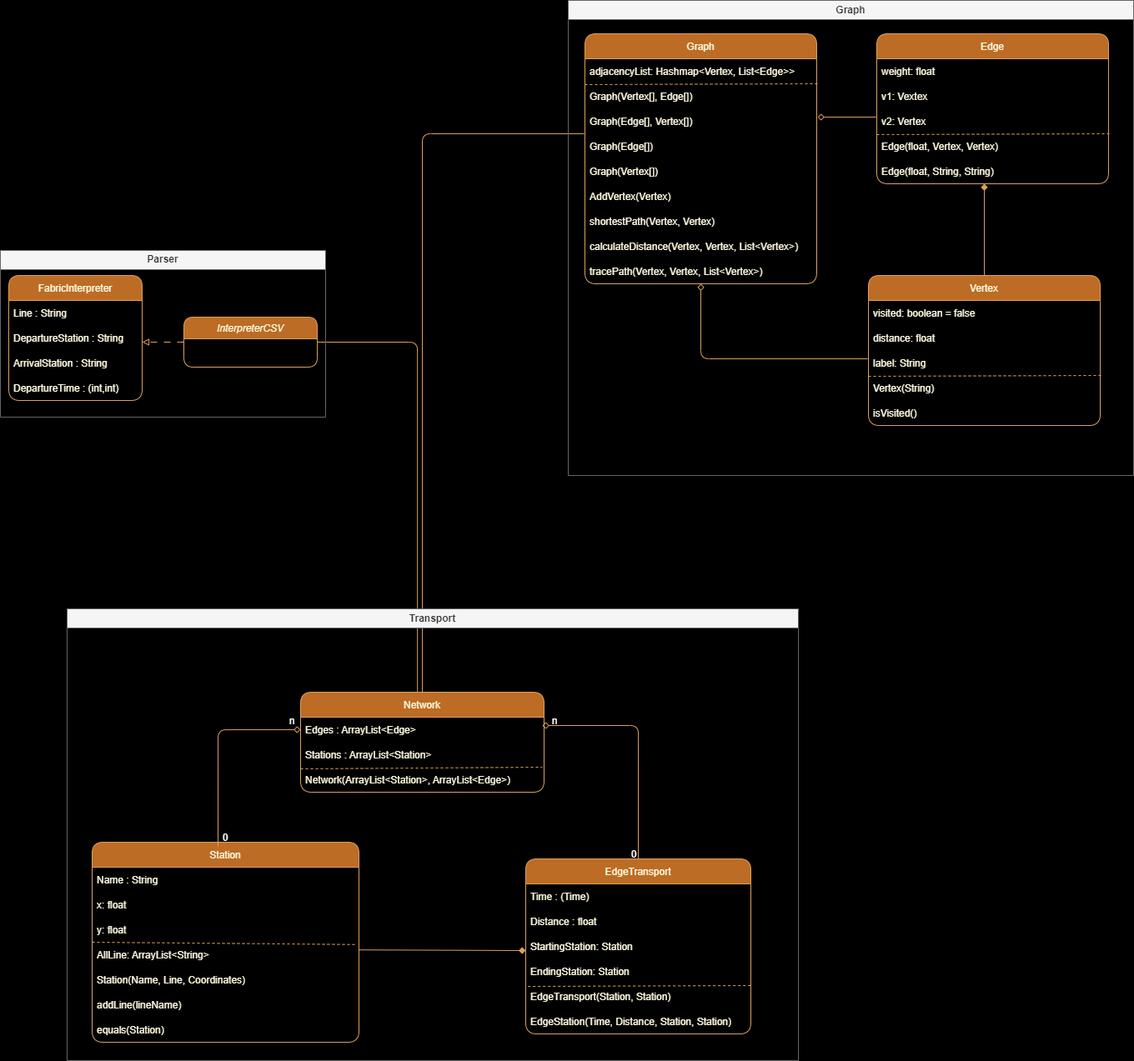
Earlier version of the draw.io export Documentation/UML_Diagram_Hubert_Map.png (wehddn/M1-GenieLogicielAvance-Projet). Source tidied: cells renumbered, new cells last; positions are measured from the earlier drawing's top-left corner, leaving out a move shared by most shapes.
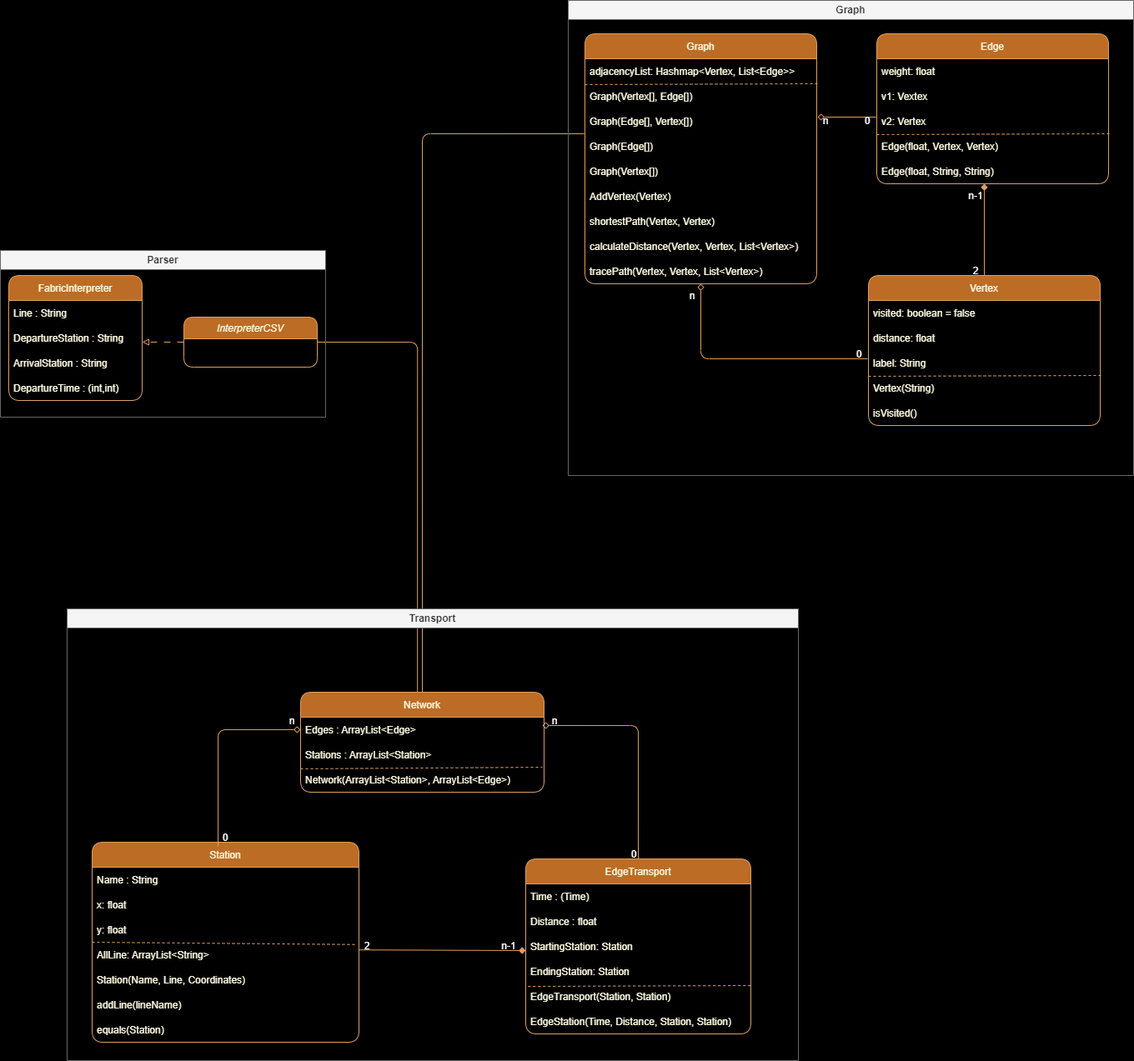
Above is the later version.

The edit, as a diff of the source:
```diff
@@ -150,24 +150,24 @@
         <mxPoint x="299" y="140" as="targetPoint" />
       </mxGeometry>
     </mxCell>
-    <mxCell id="41" value="n" style="text;html=1;strokeColor=none;fillColor=none;align=center;verticalAlign=middle;whiteSpace=wrap;rounded=0;" parent="12" vertex="1">
-      <mxGeometry x="139" y="340" width="21" height="20" as="geometry" />
-    </mxCell>
-    <mxCell id="42" value="0" style="text;html=1;strokeColor=none;fillColor=none;align=center;verticalAlign=middle;whiteSpace=wrap;rounded=0;" parent="12" vertex="1">
-      <mxGeometry x="339" y="430" width="21" height="20" as="geometry" />
-    </mxCell>
-    <mxCell id="43" value="0" style="text;html=1;strokeColor=none;fillColor=none;align=center;verticalAlign=middle;whiteSpace=wrap;rounded=0;" parent="12" vertex="1">
-      <mxGeometry x="349" y="140" width="21" height="20" as="geometry" />
-    </mxCell>
-    <mxCell id="44" value="n" style="text;html=1;strokeColor=none;fillColor=none;align=center;verticalAlign=middle;whiteSpace=wrap;rounded=0;" parent="12" vertex="1">
-      <mxGeometry x="299" y="140" width="21" height="20" as="geometry" />
-    </mxCell>
-    <mxCell id="45" value="2" style="text;html=1;strokeColor=none;fillColor=none;align=center;verticalAlign=middle;whiteSpace=wrap;rounded=0;" parent="12" vertex="1">
-      <mxGeometry x="479" y="310" width="21" height="20" as="geometry" />
-    </mxCell>
-    <mxCell id="46" value="n-1" style="text;html=1;strokeColor=none;fillColor=none;align=center;verticalAlign=middle;whiteSpace=wrap;rounded=0;" parent="12" vertex="1">
-      <mxGeometry x="479" y="220" width="21" height="20" as="geometry" />
-    </mxCell>
+    <mxCell id="79" value="&lt;font color=&quot;#ffffff&quot;&gt;n&lt;/font&gt;" style="text;html=1;strokeColor=none;fillColor=none;align=center;verticalAlign=middle;whiteSpace=wrap;rounded=0;" parent="12" vertex="1">
+      <mxGeometry x="139" y="350" width="20" height="10" as="geometry" />
+    </mxCell>
+    <mxCell id="80" value="&lt;font color=&quot;#ffffff&quot;&gt;0&lt;/font&gt;" style="text;html=1;strokeColor=none;fillColor=none;align=center;verticalAlign=middle;whiteSpace=wrap;rounded=0;" parent="12" vertex="1">
+      <mxGeometry x="339" y="420" width="20" height="10" as="geometry" />
+    </mxCell>
+    <mxCell id="81" value="&lt;font color=&quot;#ffffff&quot;&gt;0&lt;/font&gt;" style="text;html=1;strokeColor=none;fillColor=none;align=center;verticalAlign=middle;whiteSpace=wrap;rounded=0;" parent="12" vertex="1">
+      <mxGeometry x="349" y="140" width="20" height="10" as="geometry" />
+    </mxCell>
+    <mxCell id="82" value="&lt;font color=&quot;#ffffff&quot;&gt;n&lt;/font&gt;" style="text;html=1;strokeColor=none;fillColor=none;align=center;verticalAlign=middle;whiteSpace=wrap;rounded=0;" parent="12" vertex="1">
+      <mxGeometry x="299" y="140" width="20" height="10" as="geometry" />
+    </mxCell>
+    <mxCell id="83" value="&lt;font color=&quot;#ffffff&quot;&gt;2&lt;/font&gt;" style="text;html=1;strokeColor=none;fillColor=none;align=center;verticalAlign=middle;whiteSpace=wrap;rounded=0;" parent="12" vertex="1">
+      <mxGeometry x="479" y="320" width="20" height="10" as="geometry" />
+    </mxCell>
+    <mxCell id="84" value="&lt;font color=&quot;#ffffff&quot;&gt;n-1&lt;/font&gt;" style="text;html=1;strokeColor=none;fillColor=none;align=center;verticalAlign=middle;whiteSpace=wrap;rounded=0;" parent="12" vertex="1">
+      <mxGeometry x="479" y="230" width="20" height="10" as="geometry" />
+    </mxCell>
     <mxCell id="47" value="Transport" style="swimlane;whiteSpace=wrap;html=1;strokeColor=#666666;fillColor=#f5f5f5;fontColor=#333333;" parent="1" vertex="1">
       <mxGeometry x="80" y="730" width="877" height="542" as="geometry" />
     </mxCell>
@@ -204,12 +204,6 @@
     <mxCell id="57" value="equals(Station)" style="text;strokeColor=none;fillColor=none;align=left;verticalAlign=middle;spacingLeft=4;spacingRight=4;overflow=hidden;fontColor=#FEFAE0;rounded=1;" parent="49" vertex="1">
       <mxGeometry y="210" width="320" height="30" as="geometry" />
     </mxCell>
-    <mxCell id="58" value="2" style="text;html=1;strokeColor=none;fillColor=none;align=center;verticalAlign=middle;whiteSpace=wrap;rounded=0;" parent="47" vertex="1">
-      <mxGeometry x="340" y="390" width="30" height="20" as="geometry" />
-    </mxCell>
-    <mxCell id="59" value="n-1" style="text;html=1;strokeColor=none;fillColor=none;align=center;verticalAlign=middle;whiteSpace=wrap;rounded=0;" parent="47" vertex="1">
-      <mxGeometry x="520" y="390" width="30" height="20" as="geometry" />
-    </mxCell>
     <mxCell id="60" value="&lt;font color=&quot;#ffffff&quot;&gt;0&lt;/font&gt;" style="text;html=1;strokeColor=none;fillColor=none;align=center;verticalAlign=middle;whiteSpace=wrap;rounded=0;" parent="47" vertex="1">
       <mxGeometry x="180" y="270" width="20" height="10" as="geometry" />
     </mxCell>
@@ -278,5 +272,11 @@
         </Array>
       </mxGeometry>
     </mxCell>
+    <mxCell id="85" value="&lt;font color=&quot;#ffffff&quot;&gt;2&lt;/font&gt;" style="text;html=1;strokeColor=none;fillColor=none;align=center;verticalAlign=middle;whiteSpace=wrap;rounded=0;" parent="47" vertex="1">
+      <mxGeometry x="350" y="400" width="20" height="10" as="geometry" />
+    </mxCell>
+    <mxCell id="86" value="&lt;font color=&quot;#ffffff&quot;&gt;n-1&lt;/font&gt;" style="text;html=1;strokeColor=none;fillColor=none;align=center;verticalAlign=middle;whiteSpace=wrap;rounded=0;" parent="47" vertex="1">
+      <mxGeometry x="520" y="400" width="20" height="10" as="geometry" />
+    </mxCell>
   </root>
 </mxGraphModel>
```
